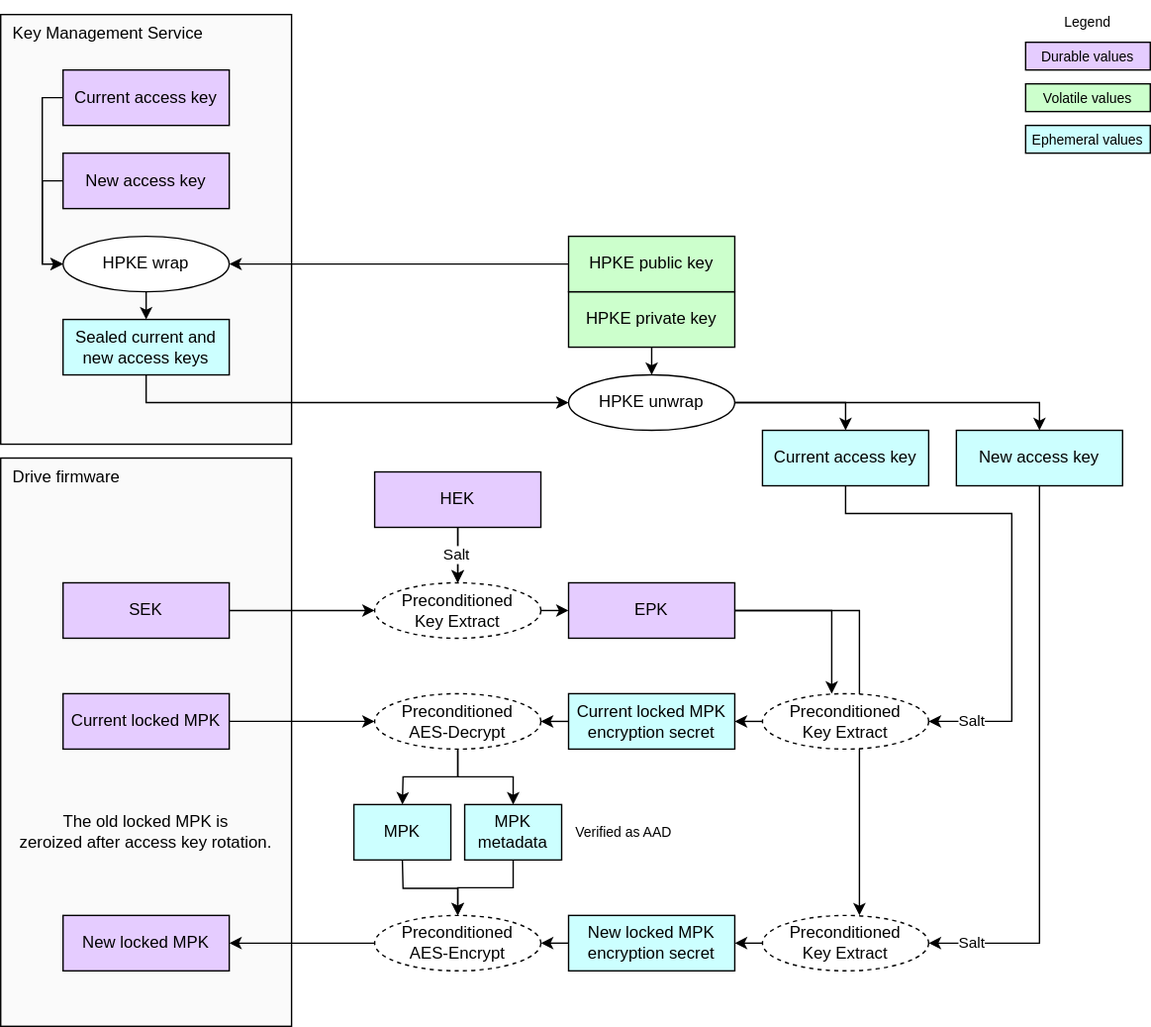
The draw.io diagram doc/ocp_lock/diagrams/mpk_access_key_rotation.drawio.svg in chipsalliance/Caliptra, before a commit. Source tidied: cells renumbered, new cells last; positions are measured from the earlier drawing's top-left corner, leaving out a move shared by most shapes.
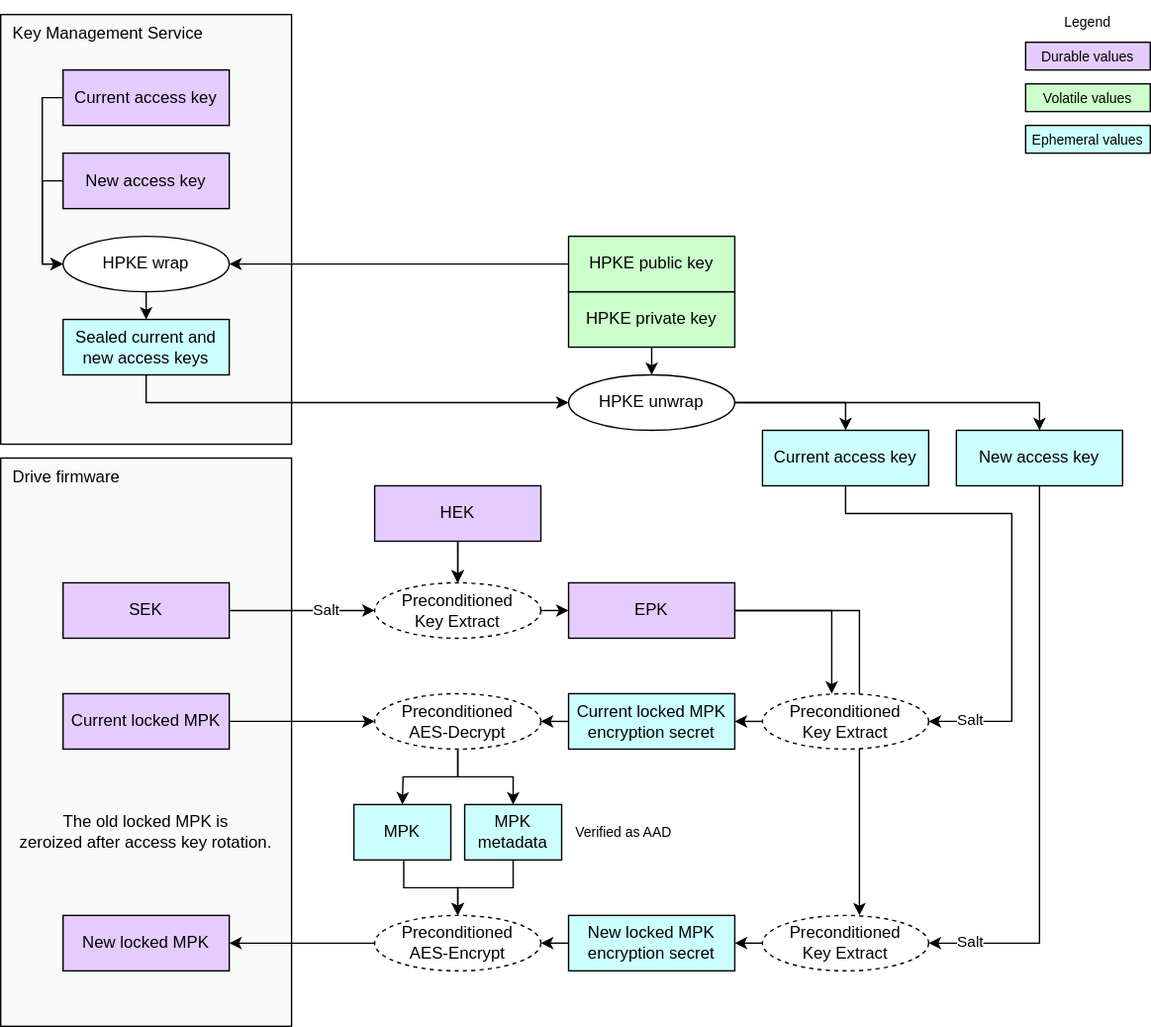
After the commit.

Diff of the diagram source:
```diff
@@ -9,7 +9,7 @@
       <mxGeometry relative="1" as="geometry" />
     </mxCell>
     <mxCell id="4" value="&lt;div&gt;&lt;font color=&quot;#000000&quot;&gt;HEK&lt;/font&gt;&lt;/div&gt;" style="rounded=0;whiteSpace=wrap;html=1;align=center;verticalAlign=middle;shadow=0;glass=0;spacingLeft=0;spacingBottom=0;spacingTop=0;fillColor=#E5CCFF;" parent="1" vertex="1">
-      <mxGeometry x="270" y="340" width="120" height="40" as="geometry" />
+      <mxGeometry x="270" y="350" width="120" height="40" as="geometry" />
     </mxCell>
     <mxCell id="5" value="&lt;div&gt;&lt;font color=&quot;#000000&quot;&gt;Durable values&lt;/font&gt;&lt;/div&gt;" style="rounded=0;whiteSpace=wrap;html=1;align=center;verticalAlign=middle;shadow=0;glass=0;spacingLeft=0;spacingBottom=0;spacingTop=0;fillColor=#E5CCFF;fontSize=10;" parent="1" vertex="1">
       <mxGeometry x="740" y="30" width="90" height="20" as="geometry" />
@@ -26,6 +26,9 @@
     <mxCell id="9" style="edgeStyle=none;html=1;exitX=1;exitY=0.5;exitDx=0;exitDy=0;entryX=0;entryY=0.5;entryDx=0;entryDy=0;" parent="1" edge="1" source="10" target="12">
       <mxGeometry relative="1" as="geometry" />
     </mxCell>
+    <mxCell id="15" value="Salt" style="edgeLabel;html=1;align=center;verticalAlign=middle;" parent="9" vertex="1">
+      <mxGeometry x="0.33" relative="1" as="geometry" />
+    </mxCell>
     <mxCell id="10" value="&lt;div&gt;&lt;font color=&quot;#000000&quot;&gt;SEK&lt;/font&gt;&lt;/div&gt;" style="rounded=0;whiteSpace=wrap;html=1;align=center;verticalAlign=middle;shadow=0;glass=0;spacingLeft=0;spacingBottom=0;spacingTop=0;fillColor=#E5CCFF;" parent="1" vertex="1">
       <mxGeometry x="45" y="420" width="120" height="40" as="geometry" />
     </mxCell>
@@ -41,9 +44,6 @@
     <mxCell id="14" style="edgeStyle=none;html=1;exitX=0.5;exitY=1;exitDx=0;exitDy=0;entryX=0.5;entryY=0;entryDx=0;entryDy=0;" parent="1" edge="1" source="4" target="12">
       <mxGeometry relative="1" as="geometry" />
     </mxCell>
-    <mxCell id="15" value="Salt" style="edgeLabel;html=1;align=center;verticalAlign=middle;" parent="14" vertex="1">
-      <mxGeometry x="-0.05" y="-2" relative="1" as="geometry" />
-    </mxCell>
     <mxCell id="16" value="Key Management Service" style="rounded=0;whiteSpace=wrap;html=1;fillColor=#FAFAFA;strokeColor=#000000;align=left;verticalAlign=top;spacingLeft=7;" parent="1" vertex="1">
       <mxGeometry y="10" width="210" height="310" as="geometry" />
     </mxCell>
@@ -157,6 +157,11 @@
     <mxCell id="46" style="endArrow=none;html=1;exitX=0.5;exitY=0;exitDx=0;exitDy=0;entryX=0.5;entryY=1;entryDx=0;entryDy=0;startArrow=classic;startFill=1;endFill=0;rounded=0;edgeStyle=orthogonalEdgeStyle;" parent="1" edge="1" source="45">
       <mxGeometry relative="1" as="geometry">
         <mxPoint x="290" y="620" as="targetPoint" />
+        <Array as="points">
+          <mxPoint x="330" y="640" />
+          <mxPoint x="291" y="640" />
+          <mxPoint x="291" y="620" />
+        </Array>
       </mxGeometry>
     </mxCell>
     <mxCell id="47" style="edgeStyle=orthogonalEdgeStyle;html=1;entryX=0.5;entryY=0;entryDx=0;entryDy=0;rounded=0;exitX=0.5;exitY=1;exitDx=0;exitDy=0;" parent="1" edge="1" source="44">
```
